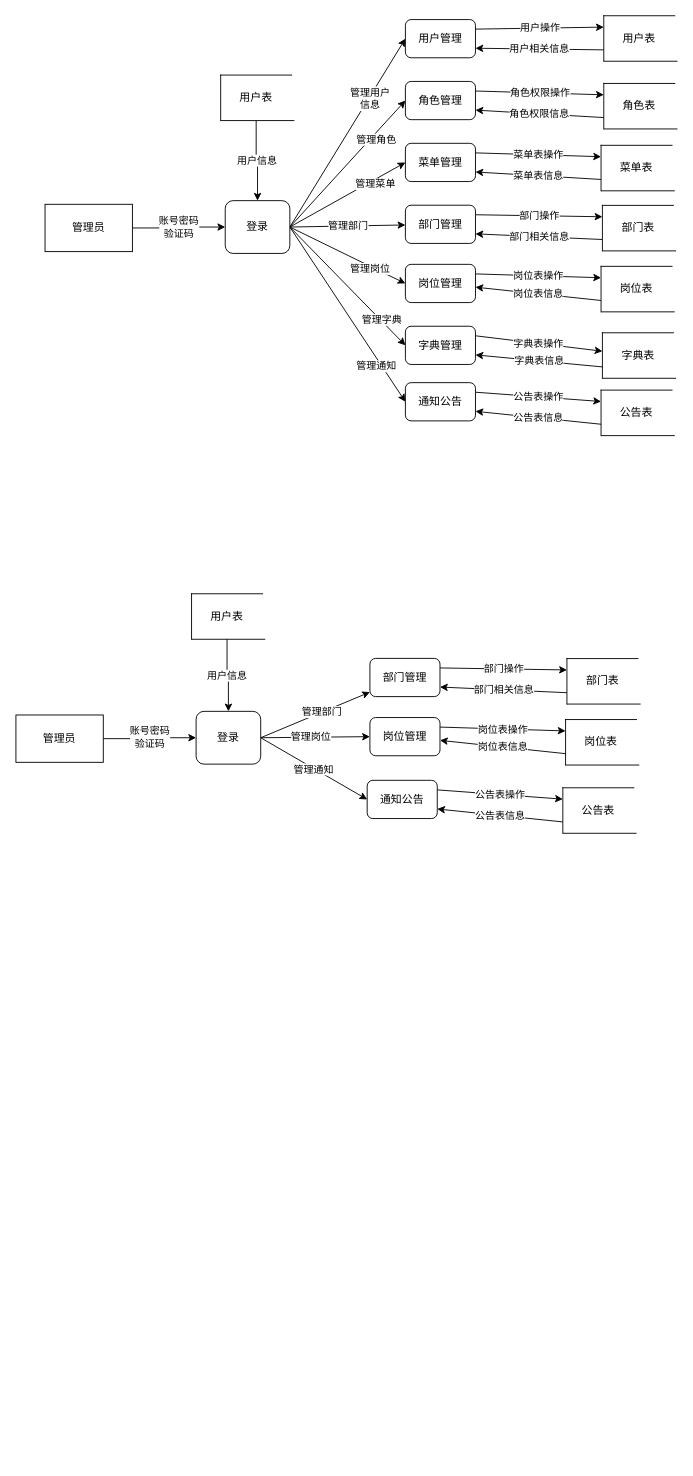
Before: docs/dubbo/未命名绘图.drawio in kuangtf/PictureBed, a draw.io diagram. Source tidied: cells renumbered, new cells numbered last; positions are measured from the earlier drawing's top-left corner, leaving out a move shared by most shapes. Both pictures are drawn from the tidied source at 91%, with x=0, y=0 at pixel (15, 15).
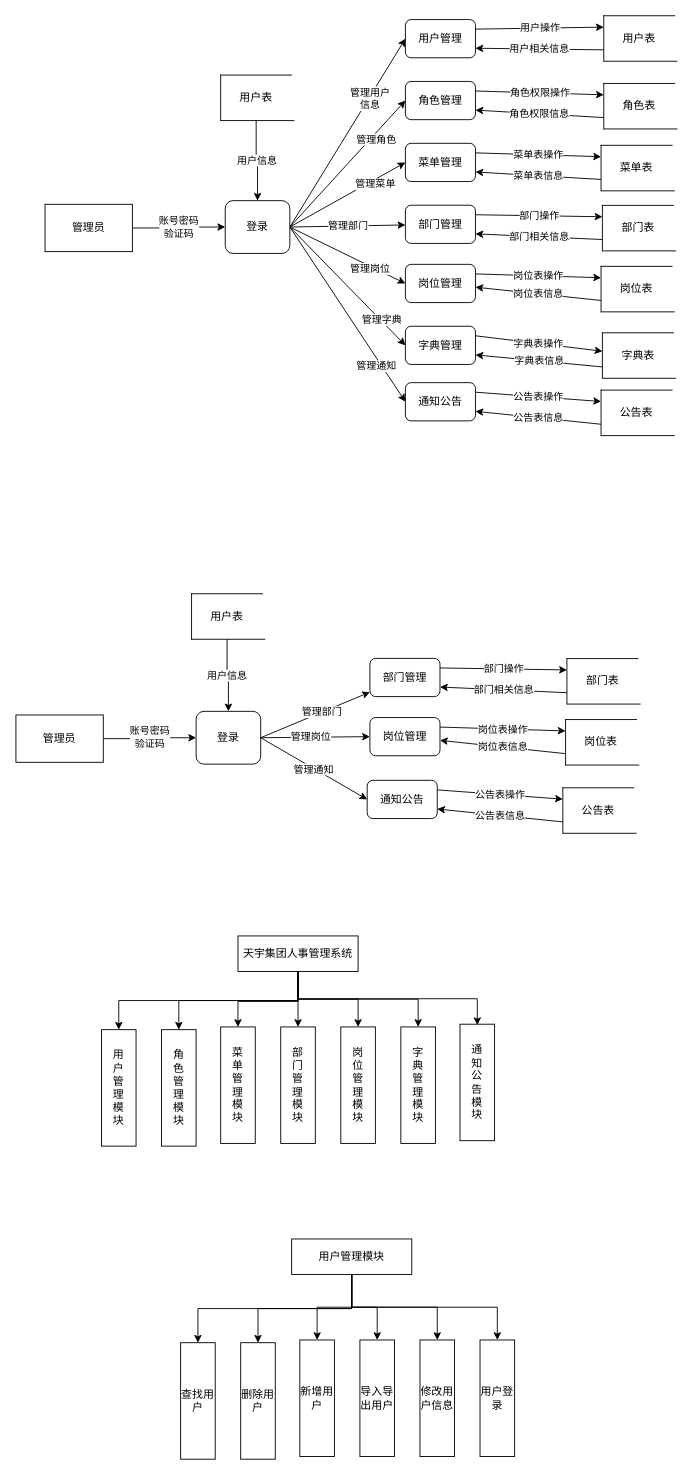
The same page after the edit.

Commit message:
更新未命名绘图.drawio

Change to the diagram source:
```diff
@@
+    <mxCell id="74" style="edgeStyle=orthogonalEdgeStyle;rounded=0;jettySize=auto;html=1;exitX=0.5;exitY=1;exitDx=0;exitDy=0;entryX=0.5;entryY=0;entryDx=0;entryDy=0;" parent="1" edge="1" source="81" target="82">
+      <mxGeometry relative="1" as="geometry" />
+    </mxCell>
+    <mxCell id="75" style="edgeStyle=orthogonalEdgeStyle;rounded=0;jettySize=auto;html=1;exitX=0.5;exitY=1;exitDx=0;exitDy=0;" parent="1" edge="1" source="81" target="83">
+      <mxGeometry relative="1" as="geometry" />
+    </mxCell>
+    <mxCell id="76" style="edgeStyle=orthogonalEdgeStyle;rounded=0;jettySize=auto;html=1;exitX=0.5;exitY=1;exitDx=0;exitDy=0;" parent="1" edge="1" source="81" target="84">
+      <mxGeometry relative="1" as="geometry">
+        <Array as="points">
+          <mxPoint x="310" y="1083" />
+          <mxPoint x="244" y="1083" />
+        </Array>
+      </mxGeometry>
+    </mxCell>
+    <mxCell id="77" style="edgeStyle=orthogonalEdgeStyle;rounded=0;jettySize=auto;html=1;exitX=0.5;exitY=1;exitDx=0;exitDy=0;entryX=0.5;entryY=0;entryDx=0;entryDy=0;" parent="1" edge="1" source="81" target="85">
+      <mxGeometry relative="1" as="geometry" />
+    </mxCell>
+    <mxCell id="78" style="edgeStyle=orthogonalEdgeStyle;rounded=0;jettySize=auto;html=1;exitX=0.5;exitY=1;exitDx=0;exitDy=0;" parent="1" edge="1" source="81" target="86">
+      <mxGeometry relative="1" as="geometry" />
+    </mxCell>
+    <mxCell id="79" style="edgeStyle=orthogonalEdgeStyle;rounded=0;jettySize=auto;html=1;exitX=0.5;exitY=1;exitDx=0;exitDy=0;entryX=0.5;entryY=0;entryDx=0;entryDy=0;" parent="1" edge="1" source="81" target="87">
+      <mxGeometry relative="1" as="geometry" />
+    </mxCell>
+    <mxCell id="80" style="edgeStyle=orthogonalEdgeStyle;rounded=0;orthogonalLoop=1;jettySize=auto;html=1;exitX=0.5;exitY=1;exitDx=0;exitDy=0;entryX=0.5;entryY=0;entryDx=0;entryDy=0;" parent="1" edge="1">
+      <mxGeometry relative="1" as="geometry">
+        <mxPoint x="310" y="1051" as="sourcePoint" />
+        <mxPoint x="507" y="1109" as="targetPoint" />
+        <Array as="points">
+          <mxPoint x="310" y="1080" />
+          <mxPoint x="507" y="1080" />
+        </Array>
+      </mxGeometry>
+    </mxCell>
+    <mxCell id="81" value="天宇集团人事管理系统" style="rounded=0;whiteSpace=wrap;html=1;strokeWidth=1;" parent="1" vertex="1">
+      <mxGeometry x="244" y="1011" width="132" height="39" as="geometry" />
+    </mxCell>
+    <mxCell id="82" value="用&lt;br&gt;户&lt;br&gt;管&lt;br&gt;理&lt;br&gt;模&lt;br&gt;块" style="rounded=0;whiteSpace=wrap;html=1;strokeWidth=1;" parent="1" vertex="1">
+      <mxGeometry x="94" y="1114" width="38" height="128" as="geometry" />
+    </mxCell>
+    <mxCell id="83" value="角&lt;br&gt;色&lt;br&gt;管&lt;br&gt;理&lt;br&gt;模&lt;br&gt;块" style="rounded=0;whiteSpace=wrap;html=1;strokeWidth=1;" parent="1" vertex="1">
+      <mxGeometry x="160" y="1114" width="38" height="128" as="geometry" />
+    </mxCell>
+    <mxCell id="84" value="菜&lt;br&gt;单&lt;br&gt;管&lt;br&gt;理&lt;br&gt;模&lt;br&gt;块" style="rounded=0;whiteSpace=wrap;html=1;strokeWidth=1;" parent="1" vertex="1">
+      <mxGeometry x="225" y="1111" width="38" height="128" as="geometry" />
+    </mxCell>
+    <mxCell id="85" value="部&lt;br&gt;门&lt;br&gt;管&lt;br&gt;理&lt;br&gt;模&lt;br&gt;块" style="rounded=0;whiteSpace=wrap;html=1;strokeWidth=1;" parent="1" vertex="1">
+      <mxGeometry x="291" y="1111" width="38" height="128" as="geometry" />
+    </mxCell>
+    <mxCell id="86" value="岗&lt;br&gt;位&lt;br&gt;管&lt;br&gt;理&lt;br&gt;模&lt;br&gt;块" style="rounded=0;whiteSpace=wrap;html=1;strokeWidth=1;" parent="1" vertex="1">
+      <mxGeometry x="357" y="1111" width="38" height="128" as="geometry" />
+    </mxCell>
+    <mxCell id="87" value="字&lt;br&gt;典&lt;br&gt;管&lt;br&gt;理&lt;br&gt;模&lt;br&gt;块" style="rounded=0;whiteSpace=wrap;html=1;strokeWidth=1;" parent="1" vertex="1">
+      <mxGeometry x="423" y="1111" width="38" height="128" as="geometry" />
+    </mxCell>
+    <mxCell id="88" value="通&lt;br&gt;知&lt;br&gt;公&lt;br&gt;告&lt;br&gt;模&lt;br&gt;块" style="rounded=0;whiteSpace=wrap;html=1;strokeWidth=1;" parent="1" vertex="1">
+      <mxGeometry x="488" y="1108" width="38" height="128" as="geometry" />
+    </mxCell>
+    <mxCell id="89" style="edgeStyle=orthogonalEdgeStyle;rounded=0;jettySize=auto;html=1;exitX=0.5;exitY=1;exitDx=0;exitDy=0;entryX=0.5;entryY=0;entryDx=0;entryDy=0;" parent="1" edge="1" source="95" target="96">
+      <mxGeometry relative="1" as="geometry" />
+    </mxCell>
+    <mxCell id="90" style="edgeStyle=orthogonalEdgeStyle;rounded=0;jettySize=auto;html=1;exitX=0.5;exitY=1;exitDx=0;exitDy=0;" parent="1" edge="1" source="95" target="97">
+      <mxGeometry relative="1" as="geometry" />
+    </mxCell>
+    <mxCell id="91" style="edgeStyle=orthogonalEdgeStyle;rounded=0;jettySize=auto;html=1;exitX=0.5;exitY=1;exitDx=0;exitDy=0;entryX=0.5;entryY=0;entryDx=0;entryDy=0;" parent="1" edge="1" source="95" target="99">
+      <mxGeometry relative="1" as="geometry" />
+    </mxCell>
+    <mxCell id="92" style="edgeStyle=orthogonalEdgeStyle;rounded=0;jettySize=auto;html=1;exitX=0.5;exitY=1;exitDx=0;exitDy=0;" parent="1" edge="1" source="95" target="100">
+      <mxGeometry relative="1" as="geometry" />
+    </mxCell>
+    <mxCell id="93" style="edgeStyle=orthogonalEdgeStyle;rounded=0;jettySize=auto;html=1;exitX=0.5;exitY=1;exitDx=0;exitDy=0;entryX=0.5;entryY=0;entryDx=0;entryDy=0;" parent="1" edge="1" source="95" target="101">
+      <mxGeometry relative="1" as="geometry" />
+    </mxCell>
+    <mxCell id="94" style="edgeStyle=orthogonalEdgeStyle;rounded=0;jettySize=auto;html=1;exitX=0.5;exitY=1;exitDx=0;exitDy=0;entryX=0.5;entryY=0;entryDx=0;entryDy=0;" parent="1" edge="1" source="95" target="98">
+      <mxGeometry relative="1" as="geometry" />
+    </mxCell>
+    <mxCell id="95" value="用户管理模块" style="rounded=0;whiteSpace=wrap;html=1;strokeWidth=1;" parent="1" vertex="1">
+      <mxGeometry x="303" y="1344" width="132" height="39" as="geometry" />
+    </mxCell>
+    <mxCell id="96" value="查找用户" style="rounded=0;whiteSpace=wrap;html=1;strokeWidth=1;" parent="1" vertex="1">
+      <mxGeometry x="181" y="1458" width="38" height="128" as="geometry" />
+    </mxCell>
+    <mxCell id="97" value="删除用户" style="rounded=0;whiteSpace=wrap;html=1;strokeWidth=1;" parent="1" vertex="1">
+      <mxGeometry x="247" y="1458" width="38" height="128" as="geometry" />
+    </mxCell>
+    <mxCell id="98" value="新增用户" style="rounded=0;whiteSpace=wrap;html=1;strokeWidth=1;" parent="1" vertex="1">
+      <mxGeometry x="312" y="1455" width="38" height="128" as="geometry" />
+    </mxCell>
+    <mxCell id="99" value="导入导出用户" style="rounded=0;whiteSpace=wrap;html=1;strokeWidth=1;" parent="1" vertex="1">
+      <mxGeometry x="378" y="1455" width="38" height="128" as="geometry" />
+    </mxCell>
+    <mxCell id="100" value="修改用户信息" style="rounded=0;whiteSpace=wrap;html=1;strokeWidth=1;" parent="1" vertex="1">
+      <mxGeometry x="444" y="1455" width="38" height="128" as="geometry" />
+    </mxCell>
+    <mxCell id="101" value="用户登录" style="rounded=0;whiteSpace=wrap;html=1;strokeWidth=1;" parent="1" vertex="1">
+      <mxGeometry x="510" y="1455" width="38" height="128" as="geometry" />
+    </mxCell>
```
